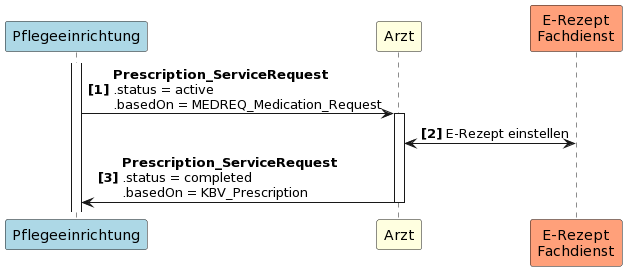
The PlantUML diagram guides/ig-rezeptanforderung/images/puml_images/UC3.png in gematik/spec-E-Rezept-ServiceRequest, before a commit. Its diagram source:
```plantuml
@startuml
autonumber "<b>[0]"
participant Pflegeeinrichtung as PE #LightBlue
participant Arzt as A #LightYellow
participant "E-Rezept\nFachdienst" as FD #LightSalmon

activate PE
PE -> A++: <b>Prescription_ServiceRequest \n.status = active \n.basedOn = MEDREQ_Medication_Request
A <-> FD: E-Rezept einstellen
A -> PE--: <b>Prescription_ServiceRequest \n.status = completed \n.basedOn = KBV_Prescription
@enduml
```
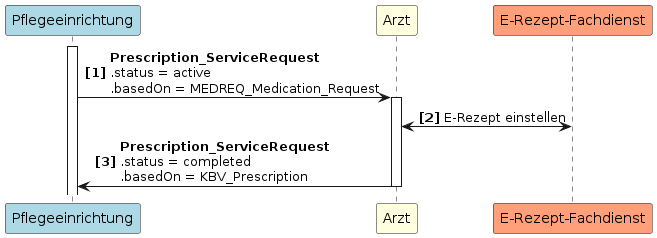
Later version of the same file.

Commit message:
Rename E-Rezept Fachdienst

What changed in the source:
```diff
@@ -1,8 +1,8 @@
-@startuml
+@startuml UC3
 autonumber "<b>[0]"
 participant Pflegeeinrichtung as PE #LightBlue
 participant Arzt as A #LightYellow
-participant "E-Rezept\nFachdienst" as FD #LightSalmon
+participant "E-Rezept-Fachdienst" as FD #LightSalmon
 
 activate PE
 PE -> A++: <b>Prescription_ServiceRequest \n.status = active \n.basedOn = MEDREQ_Medication_Request
```
